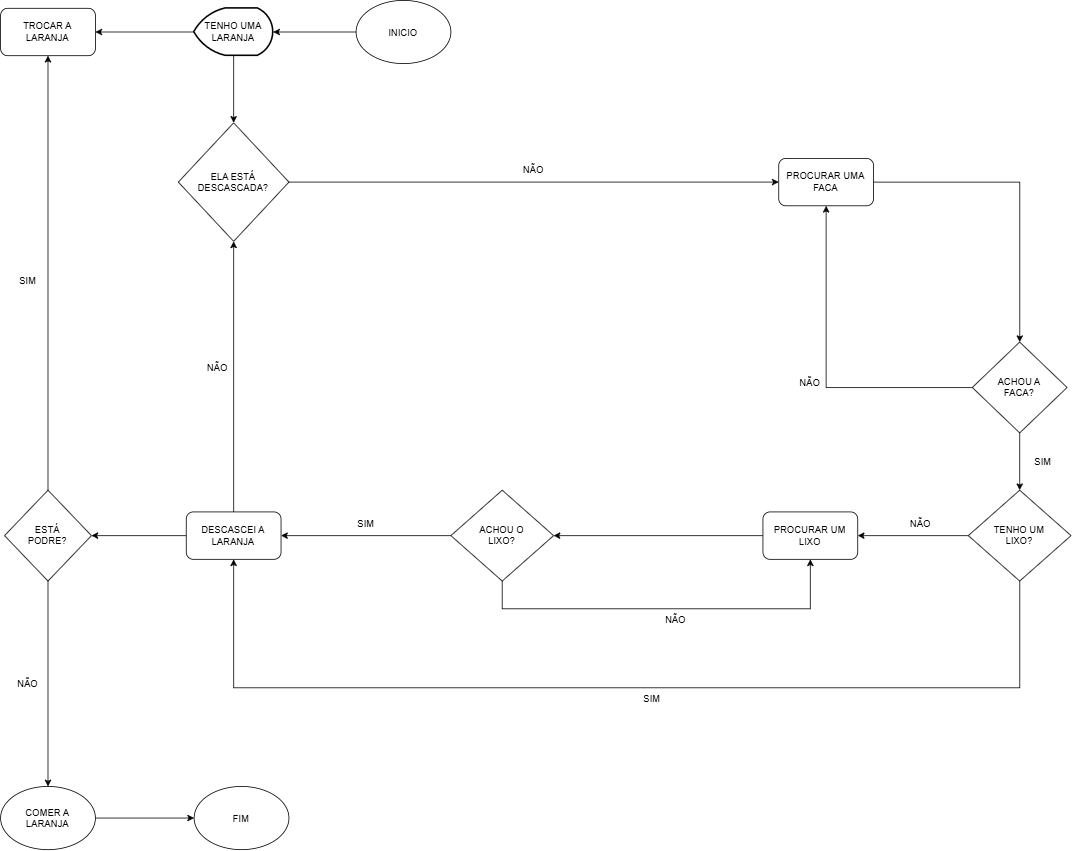
Above: PIRES-RIBEIRO-ROMERO.drawio.png in ArthurPires84/ApertaOpassoMocorongo (draw.io), before the change. Source tidied: cells renumbered, new cells last; positions are measured from the earlier drawing's top-left corner, leaving out a move shared by most shapes.
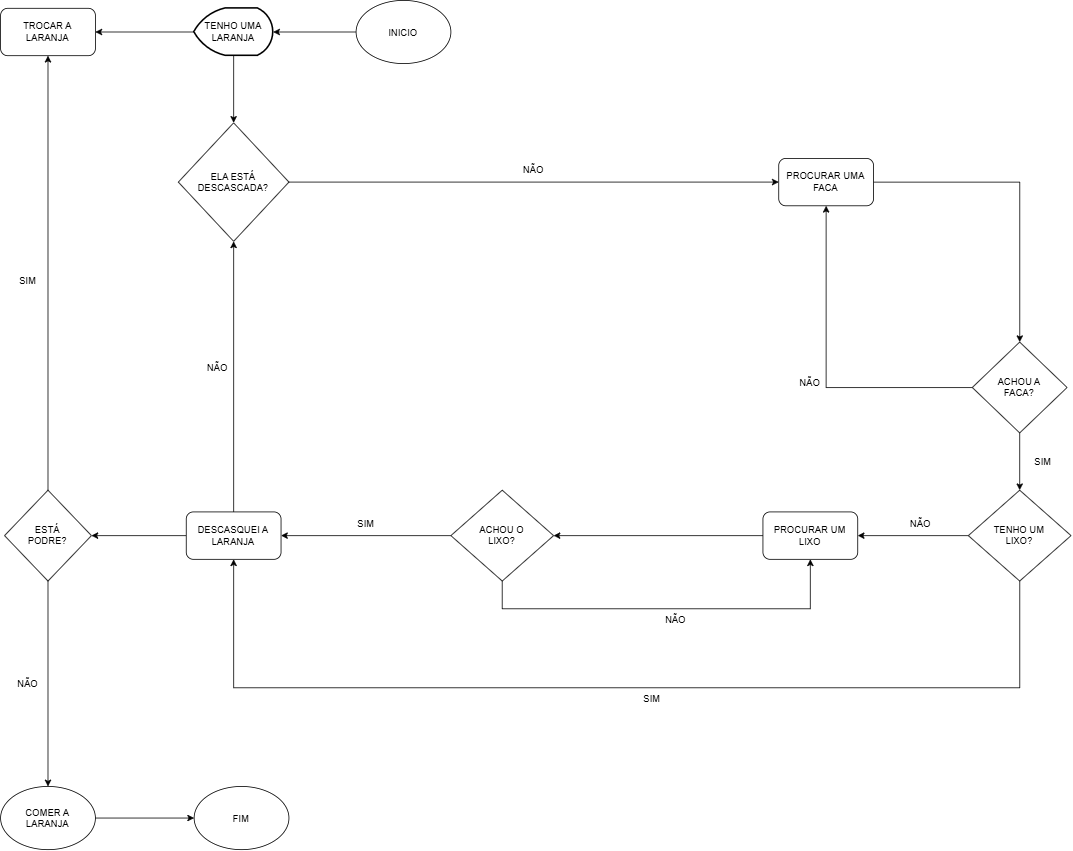
After the commit.

Commit message:
Projeto fluxograma principal/final

What changed in the source:
```diff
@@ -40,7 +40,7 @@
     <mxCell id="12" style="edgeStyle=orthogonalEdgeStyle;rounded=0;jettySize=auto;html=1;" parent="1" edge="1" source="13" target="37">
       <mxGeometry relative="1" as="geometry" />
     </mxCell>
-    <mxCell id="13" value="DESCASCEI A LARANJA" style="rounded=1;whiteSpace=wrap;html=1;" parent="1" vertex="1">
+    <mxCell id="13" value="DESCASQUEI A LARANJA" style="rounded=1;whiteSpace=wrap;html=1;" parent="1" vertex="1">
       <mxGeometry x="235" y="647.5" width="120" height="60" as="geometry" />
     </mxCell>
     <mxCell id="14" value="NÃO" style="text;html=1;whiteSpace=wrap;strokeColor=none;fillColor=none;align=center;verticalAlign=middle;rounded=0;" parent="1" vertex="1">
```
